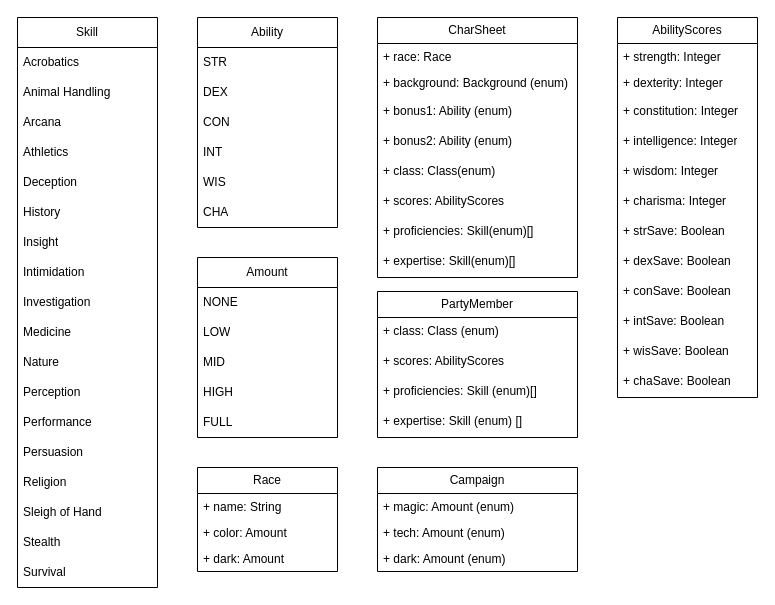
Earlier version of the draw.io diagram diagrams/application classes.drawio (tanitamosic/fast-character-builder). Source tidied: cells renumbered, new cells numbered last; positions are measured from the earlier drawing's top-left corner, leaving out a move shared by most shapes. Both pictures are drawn from the tidied source at 100%, with x=0, y=0 at pixel (17, 17).
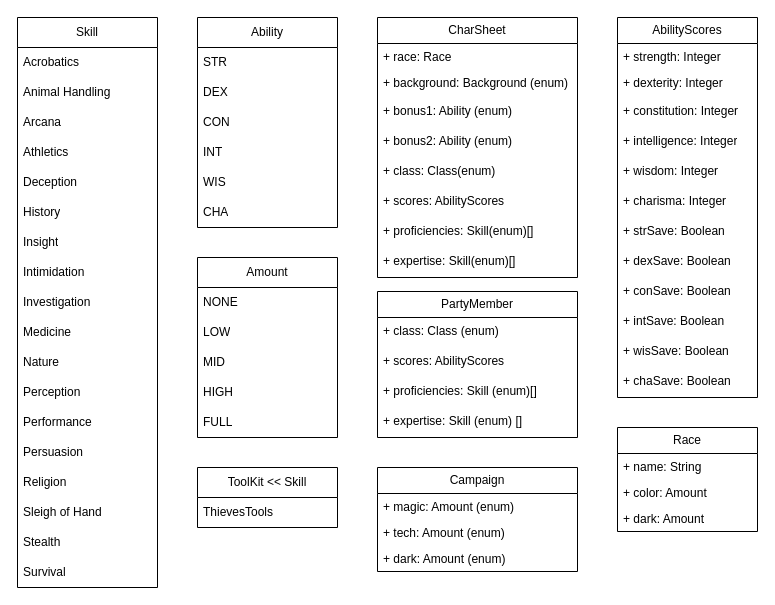
After the change.

Change to the diagram source:
```diff
@@
     <mxCell id="60" value="Race" style="swimlane;fontStyle=0;horizontal=1;startSize=26;fillColor=none;whiteSpace=wrap;html=1;" parent="1" vertex="1">
-      <mxGeometry x="180" y="450" width="140" height="104" as="geometry" />
+      <mxGeometry x="600" y="410" width="140" height="104" as="geometry" />
     </mxCell>
@@
+    <mxCell id="69" value="&lt;div&gt;ToolKit &amp;lt;&amp;lt; Skill&lt;/div&gt;" style="swimlane;fontStyle=0;horizontal=1;startSize=30;whiteSpace=wrap;html=1;" parent="1" vertex="1">
+      <mxGeometry x="180" y="450" width="140" height="60" as="geometry" />
+    </mxCell>
+    <mxCell id="70" value="ThievesTools" style="text;strokeColor=none;fillColor=none;align=left;verticalAlign=middle;spacingLeft=4;spacingRight=4;overflow=hidden;whiteSpace=wrap;html=1;" parent="69" vertex="1">
+      <mxGeometry y="30" width="140" height="30" as="geometry" />
+    </mxCell>
```
